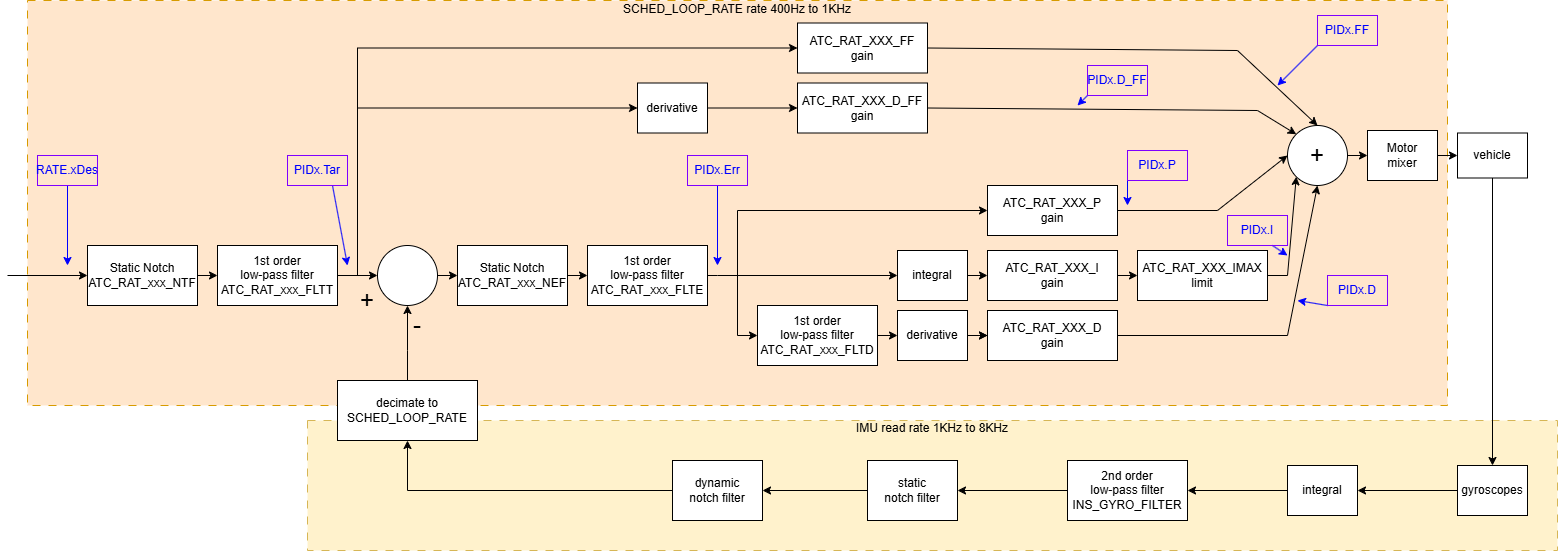
This is PIDReview/ArduCopter_angle_rate_control_loop.drawio.png from ArduPilot/WebTools, a draw.io export, as it was before one commit. Source tidied: cells renumbered, new cells last; positions are measured from the earlier drawing's top-left corner, leaving out a move shared by most shapes.
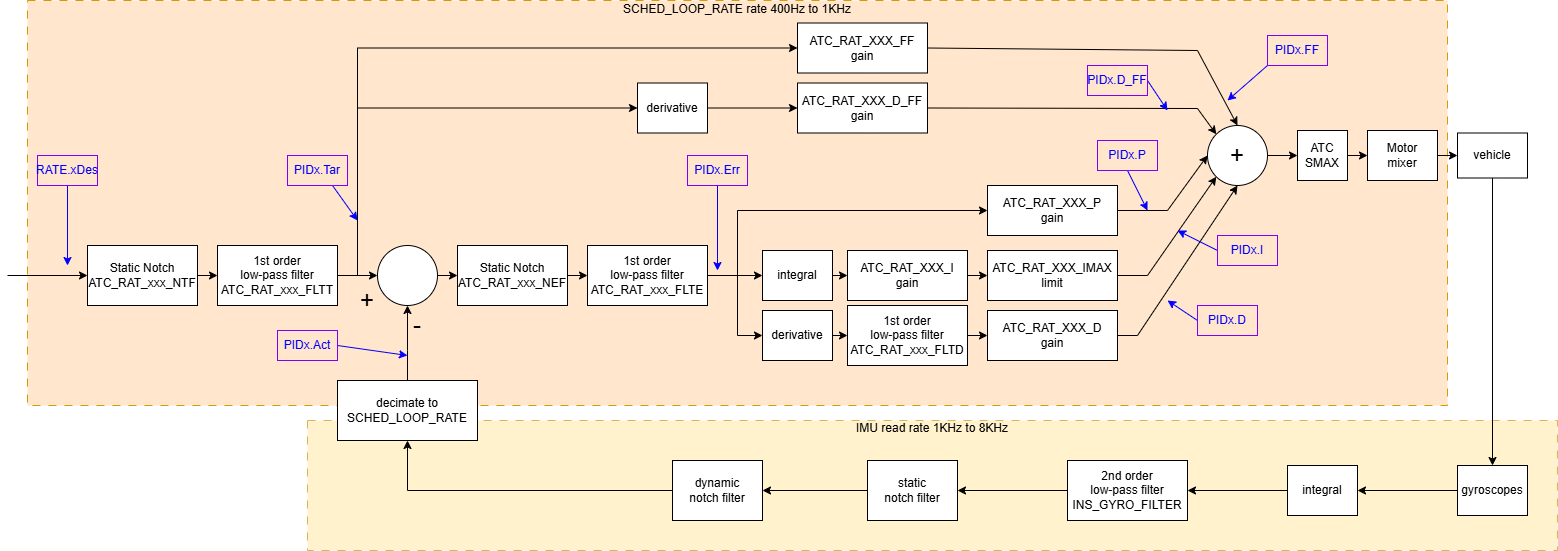
Later version of the same file.

Change to the diagram source:
```diff
@@ -54,7 +54,7 @@
     </mxCell>
     <mxCell id="17" style="endArrow=classic;html=1;rounded=0;exitX=0.75;exitY=1;exitDx=0;exitDy=0;fontColor=#0000FF;strokeColor=#0000FF;" parent="1" edge="1" source="18">
       <mxGeometry relative="1" as="geometry">
-        <mxPoint x="340" y="265" as="targetPoint" />
+        <mxPoint x="350" y="220" as="targetPoint" />
       </mxGeometry>
     </mxCell>
     <mxCell id="18" value="PIDx.Tar" style="text;html=1;whiteSpace=wrap;align=center;verticalAlign=middle;rounded=0;fontColor=#0000FF;strokeColor=#7F00FF;" parent="1" vertex="1">
@@ -63,7 +63,7 @@
     <mxCell id="19" style="endArrow=classic;html=1;rounded=0;fontColor=#0000FF;strokeColor=#0000FF;" parent="1" edge="1">
       <mxGeometry relative="1" as="geometry">
         <mxPoint x="710" y="185" as="sourcePoint" />
-        <mxPoint x="710" y="265" as="targetPoint" />
+        <mxPoint x="710" y="270" as="targetPoint" />
       </mxGeometry>
     </mxCell>
     <mxCell id="20" value="PIDx.Err" style="text;html=1;whiteSpace=wrap;align=center;verticalAlign=middle;rounded=0;fontColor=#0000FF;strokeColor=#7F00FF;" parent="1" vertex="1">
@@ -101,41 +101,29 @@
       <mxGeometry x="980" y="185" width="130" height="50" as="geometry" />
     </mxCell>
     <mxCell id="28" value="ATC_RAT_XXX_I&lt;br&gt;gain" style="rounded=0;whiteSpace=wrap;html=1;" parent="1" vertex="1">
-      <mxGeometry x="980" y="250" width="130" height="50" as="geometry" />
+      <mxGeometry x="840" y="250" width="120" height="50" as="geometry" />
     </mxCell>
     <mxCell id="29" value="ATC_RAT_XXX_D&lt;br&gt;gain" style="rounded=0;whiteSpace=wrap;html=1;" parent="1" vertex="1">
       <mxGeometry x="980" y="310" width="130" height="50" as="geometry" />
     </mxCell>
     <mxCell id="30" value="1st order&lt;div&gt;low-pass filter&lt;/div&gt;&lt;div&gt;ATC_RAT_xxx_FLTD&lt;/div&gt;" style="rounded=0;whiteSpace=wrap;html=1;" parent="1" vertex="1">
-      <mxGeometry x="750" y="305" width="120" height="60" as="geometry" />
+      <mxGeometry x="840" y="305" width="120" height="60" as="geometry" />
     </mxCell>
-    <mxCell id="31" style="edgeStyle=orthogonalEdgeStyle;rounded=0;jettySize=auto;html=1;" parent="1" edge="1" source="32" target="29">
-      <mxGeometry relative="1" as="geometry" />
-    </mxCell>
     <mxCell id="32" value="derivative" style="rounded=0;whiteSpace=wrap;html=1;" parent="1" vertex="1">
-      <mxGeometry x="890" y="310" width="70" height="50" as="geometry" />
+      <mxGeometry x="755" y="310" width="70" height="50" as="geometry" />
     </mxCell>
-    <mxCell id="33" style="endArrow=classic;html=1;rounded=0;exitX=1;exitY=0.5;exitDx=0;exitDy=0;" parent="1" edge="1" source="11">
-      <mxGeometry relative="1" as="geometry">
-        <mxPoint x="890" y="275" as="targetPoint" />
-        <Array as="points">
-          <mxPoint x="710" y="275" />
-        </Array>
-      </mxGeometry>
-    </mxCell>
-    <mxCell id="34" value="integral" style="rounded=0;whiteSpace=wrap;html=1;" parent="1" vertex="1">
-      <mxGeometry x="890" y="250" width="70" height="50" as="geometry" />
-    </mxCell>
     <mxCell id="35" style="endArrow=classic;html=1;rounded=0;exitX=1;exitY=0.5;exitDx=0;exitDy=0;entryX=0;entryY=0.5;entryDx=0;entryDy=0;" parent="1" edge="1" source="34" target="28">
       <mxGeometry relative="1" as="geometry" />
     </mxCell>
-    <mxCell id="36" style="endArrow=classic;html=1;rounded=0;exitX=1;exitY=0.5;exitDx=0;exitDy=0;entryX=0;entryY=0.5;entryDx=0;entryDy=0;" parent="1" edge="1" source="30" target="32">
-      <mxGeometry relative="1" as="geometry" />
+    <mxCell id="36" style="endArrow=classic;html=1;rounded=0;exitX=1;exitY=0.5;exitDx=0;exitDy=0;" parent="1" edge="1" source="30">
+      <mxGeometry relative="1" as="geometry">
+        <mxPoint x="980" y="335" as="targetPoint" />
+      </mxGeometry>
     </mxCell>
-    <mxCell id="37" style="endArrow=classic;html=1;rounded=0;edgeStyle=orthogonalEdgeStyle;entryX=0;entryY=0.5;entryDx=0;entryDy=0;" parent="1" edge="1" target="30">
+    <mxCell id="37" style="endArrow=classic;html=1;rounded=0;edgeStyle=orthogonalEdgeStyle;entryX=0;entryY=0.5;entryDx=0;entryDy=0;exitX=1;exitY=0.5;exitDx=0;exitDy=0;" parent="1" edge="1" source="11" target="32">
       <mxGeometry relative="1" as="geometry">
-        <mxPoint x="730" y="275" as="sourcePoint" />
         <Array as="points">
+          <mxPoint x="730" y="275" />
           <mxPoint x="730" y="335" />
         </Array>
       </mxGeometry>
@@ -148,57 +136,57 @@
         </Array>
       </mxGeometry>
     </mxCell>
-    <mxCell id="39" style="endArrow=classic;html=1;rounded=0;exitX=1;exitY=0.5;exitDx=0;exitDy=0;entryX=0;entryY=0.5;entryDx=0;entryDy=0;" parent="1" edge="1" source="32" target="29">
+    <mxCell id="39" style="endArrow=classic;html=1;rounded=0;exitX=1;exitY=0.5;exitDx=0;exitDy=0;entryX=0;entryY=0.5;entryDx=0;entryDy=0;" parent="1" edge="1" source="32" target="30">
       <mxGeometry relative="1" as="geometry" />
     </mxCell>
     <mxCell id="40" value="ATC_RAT_XXX_IMAX&lt;br&gt;limit" style="rounded=0;whiteSpace=wrap;html=1;" parent="1" vertex="1">
-      <mxGeometry x="1130" y="250" width="130" height="50" as="geometry" />
+      <mxGeometry x="980" y="250" width="130" height="50" as="geometry" />
     </mxCell>
     <mxCell id="41" style="endArrow=classic;html=1;rounded=0;exitX=1;exitY=0.5;exitDx=0;exitDy=0;entryX=0;entryY=0.5;entryDx=0;entryDy=0;" parent="1" edge="1" source="28" target="40">
       <mxGeometry relative="1" as="geometry" />
     </mxCell>
     <mxCell id="42" style="ellipse;whiteSpace=wrap;html=1;" parent="1" vertex="1">
-      <mxGeometry x="1280" y="125" width="60" height="60" as="geometry" />
+      <mxGeometry x="1200" y="125" width="60" height="60" as="geometry" />
     </mxCell>
     <mxCell id="43" style="endArrow=classic;html=1;rounded=0;entryX=0.5;entryY=0;entryDx=0;entryDy=0;exitX=1;exitY=0.5;exitDx=0;exitDy=0;" parent="1" edge="1" source="22" target="42">
       <mxGeometry relative="1" as="geometry">
         <Array as="points">
-          <mxPoint x="1230" y="50" />
+          <mxPoint x="1190" y="50" />
         </Array>
       </mxGeometry>
     </mxCell>
     <mxCell id="44" style="endArrow=classic;html=1;rounded=0;entryX=0;entryY=0;entryDx=0;entryDy=0;exitX=1;exitY=0.5;exitDx=0;exitDy=0;" parent="1" edge="1" source="23" target="42">
       <mxGeometry relative="1" as="geometry">
         <Array as="points">
-          <mxPoint x="1250" y="110" />
+          <mxPoint x="1190" y="108" />
         </Array>
       </mxGeometry>
     </mxCell>
     <mxCell id="45" style="endArrow=classic;html=1;rounded=0;entryX=0;entryY=0.5;entryDx=0;entryDy=0;exitX=1;exitY=0.5;exitDx=0;exitDy=0;" parent="1" edge="1" source="27" target="42">
       <mxGeometry relative="1" as="geometry">
         <Array as="points">
-          <mxPoint x="1210" y="210" />
+          <mxPoint x="1160" y="210" />
         </Array>
       </mxGeometry>
     </mxCell>
     <mxCell id="46" value="&lt;font style=&quot;font-size: 24px;&quot;&gt;+&lt;/font&gt;" style="text;html=1;whiteSpace=wrap;strokeColor=none;fillColor=none;align=center;verticalAlign=middle;rounded=0;" parent="1" vertex="1">
-      <mxGeometry x="1300" y="140" width="20" height="30" as="geometry" />
+      <mxGeometry x="1220" y="140" width="20" height="30" as="geometry" />
     </mxCell>
     <mxCell id="47" style="endArrow=classic;html=1;rounded=0;entryX=0;entryY=1;entryDx=0;entryDy=0;exitX=1;exitY=0.5;exitDx=0;exitDy=0;" parent="1" edge="1" source="40" target="42">
       <mxGeometry relative="1" as="geometry">
         <Array as="points">
-          <mxPoint x="1280" y="275" />
+          <mxPoint x="1140" y="275" />
         </Array>
       </mxGeometry>
     </mxCell>
     <mxCell id="48" style="endArrow=classic;html=1;rounded=0;entryX=0.5;entryY=1;entryDx=0;entryDy=0;exitX=1;exitY=0.5;exitDx=0;exitDy=0;" parent="1" edge="1" source="29" target="42">
       <mxGeometry relative="1" as="geometry">
         <Array as="points">
-          <mxPoint x="1280" y="335" />
+          <mxPoint x="1130" y="335" />
         </Array>
       </mxGeometry>
     </mxCell>
-    <mxCell id="49" style="endArrow=classic;html=1;rounded=0;exitX=1;exitY=0.5;exitDx=0;exitDy=0;entryX=0;entryY=0.5;entryDx=0;entryDy=0;" parent="1" edge="1" source="42">
+    <mxCell id="49" style="endArrow=classic;html=1;rounded=0;exitX=1;exitY=0.5;exitDx=0;exitDy=0;entryX=0;entryY=0.5;entryDx=0;entryDy=0;" parent="1" edge="1" source="81">
       <mxGeometry relative="1" as="geometry">
         <mxPoint x="1360" y="155" as="targetPoint" />
       </mxGeometry>
@@ -214,43 +202,43 @@
     </mxCell>
     <mxCell id="53" style="endArrow=classic;html=1;rounded=0;exitX=0;exitY=1;exitDx=0;exitDy=0;fontColor=#0000FF;strokeColor=#0000FF;" parent="1" edge="1" source="54">
       <mxGeometry relative="1" as="geometry">
-        <mxPoint x="1270" y="85" as="targetPoint" />
+        <mxPoint x="1220" y="100" as="targetPoint" />
       </mxGeometry>
     </mxCell>
     <mxCell id="54" value="PIDx.FF" style="text;html=1;whiteSpace=wrap;align=center;verticalAlign=middle;rounded=0;fontColor=#0000FF;strokeColor=#7F00FF;" parent="1" vertex="1">
-      <mxGeometry x="1310" y="15" width="60" height="30" as="geometry" />
+      <mxGeometry x="1260" y="35" width="60" height="30" as="geometry" />
     </mxCell>
-    <mxCell id="55" style="endArrow=classic;html=1;rounded=0;exitX=0;exitY=1;exitDx=0;exitDy=0;strokeColor=#0000FF;" parent="1" edge="1" source="56">
+    <mxCell id="55" style="endArrow=classic;html=1;rounded=0;exitX=1;exitY=0.5;exitDx=0;exitDy=0;strokeColor=#0000FF;" parent="1" edge="1" source="56">
       <mxGeometry relative="1" as="geometry">
-        <mxPoint x="1070" y="105" as="targetPoint" />
+        <mxPoint x="1160" y="110" as="targetPoint" />
       </mxGeometry>
     </mxCell>
     <mxCell id="56" value="PIDx.D_FF" style="text;html=1;whiteSpace=wrap;align=center;verticalAlign=middle;rounded=0;fontColor=#0000FF;strokeColor=#7F00FF;" parent="1" vertex="1">
       <mxGeometry x="1080" y="65" width="60" height="30" as="geometry" />
     </mxCell>
-    <mxCell id="57" style="endArrow=classic;html=1;rounded=0;exitX=0;exitY=1;exitDx=0;exitDy=0;fontColor=#0000FF;strokeColor=#0000FF;" parent="1" edge="1" source="58">
+    <mxCell id="57" style="endArrow=classic;html=1;rounded=0;exitX=0.5;exitY=1;exitDx=0;exitDy=0;fontColor=#0000FF;strokeColor=#0000FF;" parent="1" edge="1" source="58">
       <mxGeometry relative="1" as="geometry">
-        <mxPoint x="1120" y="205" as="targetPoint" />
+        <mxPoint x="1140" y="210" as="targetPoint" />
       </mxGeometry>
     </mxCell>
     <mxCell id="58" value="PIDx.P" style="text;html=1;whiteSpace=wrap;align=center;verticalAlign=middle;rounded=0;fontColor=#0000FF;strokeColor=#7F00FF;" parent="1" vertex="1">
-      <mxGeometry x="1120" y="150" width="60" height="30" as="geometry" />
+      <mxGeometry x="1090" y="140" width="60" height="30" as="geometry" />
     </mxCell>
-    <mxCell id="59" style="endArrow=classic;html=1;rounded=0;exitX=0.75;exitY=1;exitDx=0;exitDy=0;fontColor=#0000FF;strokeColor=#0000FF;" parent="1" edge="1" source="60">
+    <mxCell id="59" style="endArrow=classic;html=1;rounded=0;exitX=0;exitY=0.5;exitDx=0;exitDy=0;fontColor=#0000FF;strokeColor=#0000FF;" parent="1" edge="1" source="60">
       <mxGeometry relative="1" as="geometry">
-        <mxPoint x="1280" y="255" as="targetPoint" />
+        <mxPoint x="1170" y="230" as="targetPoint" />
       </mxGeometry>
     </mxCell>
     <mxCell id="60" value="PIDx.I" style="text;html=1;whiteSpace=wrap;align=center;verticalAlign=middle;rounded=0;fontColor=#0000FF;strokeColor=#7F00FF;" parent="1" vertex="1">
-      <mxGeometry x="1220" y="215" width="60" height="30" as="geometry" />
+      <mxGeometry x="1210" y="235" width="60" height="30" as="geometry" />
     </mxCell>
-    <mxCell id="61" style="endArrow=classic;html=1;rounded=0;exitX=0;exitY=1;exitDx=0;exitDy=0;fontColor=#0000FF;strokeColor=#0000FF;" parent="1" edge="1" source="62">
+    <mxCell id="61" style="endArrow=classic;html=1;rounded=0;exitX=0;exitY=0.5;exitDx=0;exitDy=0;fontColor=#0000FF;strokeColor=#0000FF;" parent="1" edge="1" source="62">
       <mxGeometry relative="1" as="geometry">
-        <mxPoint x="1290" y="300" as="targetPoint" />
+        <mxPoint x="1160" y="300" as="targetPoint" />
       </mxGeometry>
     </mxCell>
     <mxCell id="62" value="PIDx.D" style="text;html=1;whiteSpace=wrap;align=center;verticalAlign=middle;rounded=0;fontColor=#0000FF;strokeColor=#7F00FF;" parent="1" vertex="1">
-      <mxGeometry x="1320" y="275" width="60" height="30" as="geometry" />
+      <mxGeometry x="1190" y="305" width="60" height="30" as="geometry" />
     </mxCell>
     <mxCell id="63" value="gyroscopes" style="rounded=0;whiteSpace=wrap;html=1;" parent="1" vertex="1">
       <mxGeometry x="1450" y="465" width="70" height="50" as="geometry" />
@@ -302,5 +290,25 @@
     <mxCell id="76" value="dynamic&lt;div&gt;notch filter&lt;br&gt;&lt;/div&gt;" style="rounded=0;whiteSpace=wrap;html=1;" parent="1" vertex="1">
       <mxGeometry x="665" y="460" width="90" height="60" as="geometry" />
     </mxCell>
+    <mxCell id="77" style="endArrow=classic;html=1;rounded=0;exitX=1;exitY=0.5;exitDx=0;exitDy=0;fontColor=#0000FF;strokeColor=#0000FF;" parent="1" edge="1" source="78">
+      <mxGeometry relative="1" as="geometry">
+        <mxPoint x="400" y="355" as="targetPoint" />
+      </mxGeometry>
+    </mxCell>
+    <mxCell id="78" value="PIDx.Act" style="text;html=1;whiteSpace=wrap;align=center;verticalAlign=middle;rounded=0;fontColor=#0000FF;strokeColor=#7F00FF;" parent="1" vertex="1">
+      <mxGeometry x="270" y="330" width="60" height="30" as="geometry" />
+    </mxCell>
+    <mxCell id="79" style="endArrow=classic;html=1;rounded=0;exitX=1;exitY=0.5;exitDx=0;exitDy=0;" parent="1" edge="1" source="11" target="34">
+      <mxGeometry relative="1" as="geometry" />
+    </mxCell>
+    <mxCell id="34" value="integral" style="rounded=0;whiteSpace=wrap;html=1;" parent="1" vertex="1">
+      <mxGeometry x="755" y="250" width="70" height="50" as="geometry" />
+    </mxCell>
+    <mxCell id="80" style="endArrow=classic;html=1;rounded=0;exitX=1;exitY=0.5;exitDx=0;exitDy=0;entryX=0;entryY=0.5;entryDx=0;entryDy=0;" parent="1" edge="1" source="42" target="81">
+      <mxGeometry relative="1" as="geometry" />
+    </mxCell>
+    <mxCell id="81" value="ATC&lt;br&gt;SMAX" style="rounded=0;whiteSpace=wrap;html=1;" parent="1" vertex="1">
+      <mxGeometry x="1290" y="130" width="50" height="50" as="geometry" />
+    </mxCell>
   </root>
 </mxGraphModel>
```
